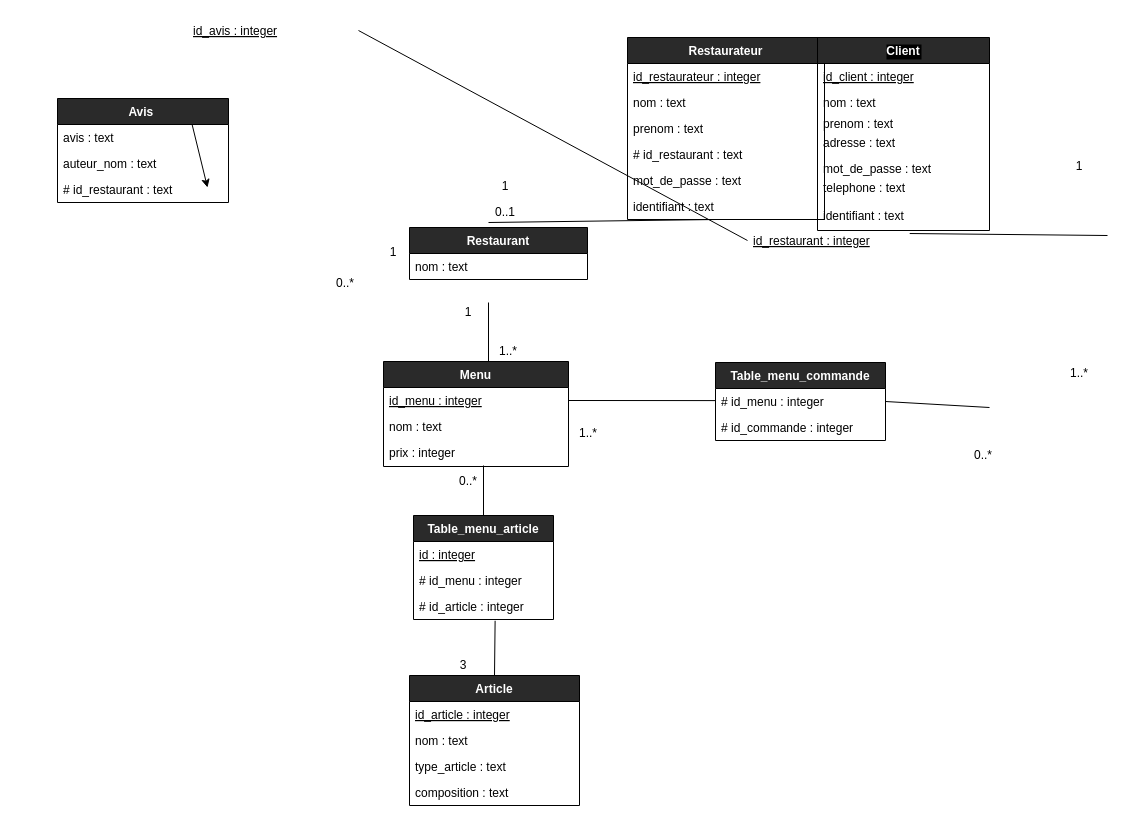
Above: diagrammes/diagramme_logique.drawio in TheAIWizard/Ensaeats (draw.io), before the change. Source tidied: cells renumbered, new cells numbered last; positions are measured from the earlier drawing's top-left corner, leaving out a move shared by most shapes. Both pictures are drawn from the tidied source at 100%, with x=0, y=0 at pixel (57, 17).
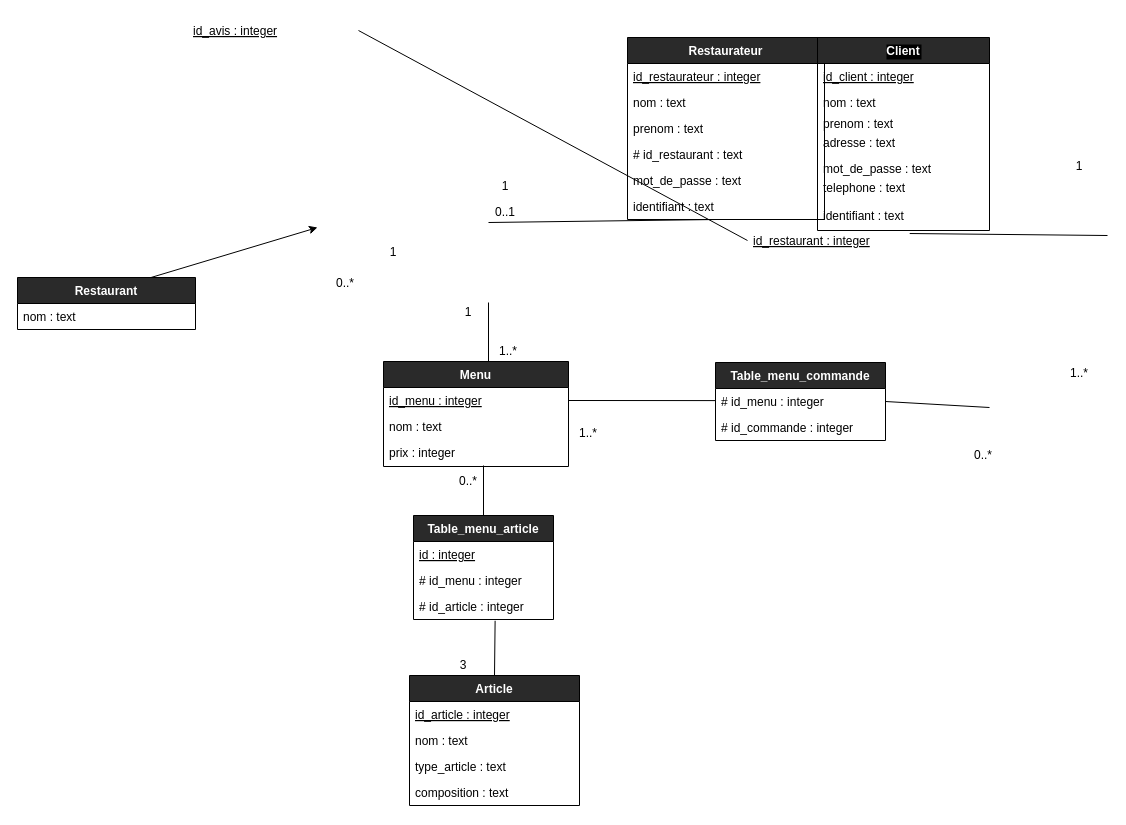
Above is the later version.

Diff of the diagram source:
```diff
@@
+    <mxCell id="63" style="edgeStyle=none;html=1;exitX=0.75;exitY=0;exitDx=0;exitDy=0;" parent="1" edge="1" source="15">
+      <mxGeometry relative="1" as="geometry">
+        <mxPoint x="260" y="210" as="targetPoint" />
+      </mxGeometry>
+    </mxCell>
     <mxCell id="15" value="Restaurant" style="swimlane;fontStyle=1;horizontal=1;startSize=26;rounded=0;shadow=0;glass=0;sketch=0;fillColor=#2a2a2a;fontColor=#FFFFFF;" parent="1" vertex="1">
-      <mxGeometry x="352" y="210" width="178" height="52" as="geometry" />
+      <mxGeometry x="-40" y="260" width="178" height="52" as="geometry" />
     </mxCell>
@@
-    <mxCell id="52" style="edgeStyle=none;html=1;exitX=0.75;exitY=0;exitDx=0;exitDy=0;" parent="1" edge="1" source="53">
-      <mxGeometry relative="1" as="geometry">
-        <mxPoint x="150" y="170" as="targetPoint" />
-      </mxGeometry>
-    </mxCell>
-    <mxCell id="53" value="Avis " style="swimlane;fontStyle=1;horizontal=1;startSize=26;rounded=0;shadow=0;glass=0;sketch=0;fillColor=#2a2a2a;fontColor=#FFFFFF;" parent="1" vertex="1">
-      <mxGeometry y="81" width="171" height="104" as="geometry" />
-    </mxCell>
-    <mxCell id="54" value="avis : text" style="text;strokeColor=none;fillColor=none;align=left;verticalAlign=top;spacingLeft=4;spacingRight=4;overflow=hidden;fontColor=#000000;" parent="53" vertex="1">
-      <mxGeometry y="26" width="171" height="26" as="geometry" />
-    </mxCell>
-    <mxCell id="55" value="auteur_nom : text" style="text;strokeColor=none;fillColor=none;align=left;verticalAlign=top;spacingLeft=4;spacingRight=4;overflow=hidden;fontColor=#000000;" parent="53" vertex="1">
-      <mxGeometry y="52" width="171" height="26" as="geometry" />
-    </mxCell>
-    <mxCell id="56" value="# id_restaurant : text" style="text;strokeColor=none;fillColor=none;align=left;verticalAlign=top;spacingLeft=4;spacingRight=4;overflow=hidden;rounded=0;shadow=0;glass=0;sketch=0;fontColor=#000000;" parent="53" vertex="1">
-      <mxGeometry y="78" width="171" height="26" as="geometry" />
-    </mxCell>
```
